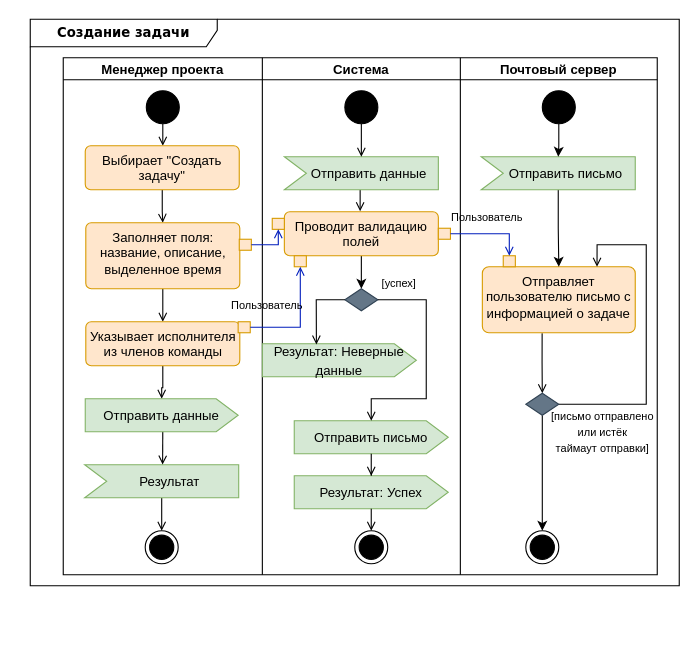
Earlier version of the draw.io diagram docs/raw_diagrams/create_task.drawio (aVorotnikov/thunder_board). Source tidied: cells renumbered, new cells numbered last; positions are measured from the earlier drawing's top-left corner, leaving out a move shared by most shapes. Both pictures are drawn from the tidied source at 110%, with x=0, y=0 at pixel (30, 19).
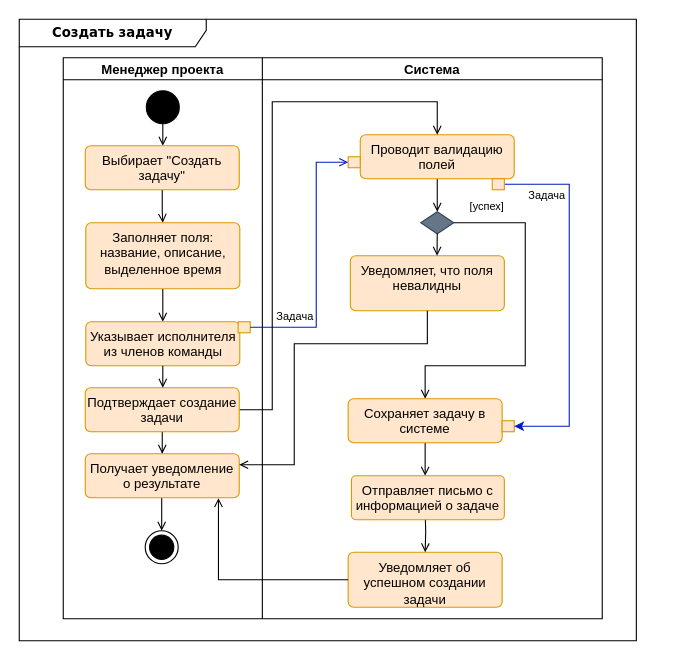
After the change.

Commit message:
Исправлена диаграмма создания задачи

Unchanged cells that the change refers to:
```xml
<mxCell id="13" value="Указывает исполнителя из членов команды" style="html=1;align=center;verticalAlign=top;rounded=1;absoluteArcSize=1;arcSize=10;dashed=0;whiteSpace=wrap;fillColor=#ffe6cc;strokeColor=#d79b00;" parent="5" vertex="1">
  <mxGeometry x="20.5" y="240" width="140" height="40" as="geometry" />
</mxCell>
<mxCell id="15" style="rounded=0;whiteSpace=wrap;html=1;fillColor=#ffe6cc;strokeColor=#d79b00;" parent="5" vertex="1">
  <mxGeometry x="159" y="240" width="11" height="10" as="geometry" />
</mxCell>
<mxCell id="18" style="ellipse;html=1;shape=endState;fillColor=strokeColor;" parent="5" vertex="1">
  <mxGeometry x="74.5" y="430" width="30" height="30" as="geometry" />
</mxCell>
```

Diff of the diagram source:
```diff
@@
-    <mxCell id="2" value="&lt;b&gt;Создание задачи&lt;/b&gt;" style="shape=umlFrame;whiteSpace=wrap;html=1;rounded=1;shadow=0;comic=0;labelBackgroundColor=none;strokeWidth=1;fontFamily=Verdana;fontSize=12;align=center;width=170;height=25;" parent="1" vertex="1">
-      <mxGeometry width="590" height="515" as="geometry" />
-    </mxCell>
     <mxCell id="3" style="shape=table;childLayout=tableLayout;startSize=0;fillColor=none;" parent="1" vertex="1">
-      <mxGeometry x="30" y="35" width="540" height="470" as="geometry" />
+      <mxGeometry x="30" y="35" width="490" height="510" as="geometry" />
     </mxCell>
     <mxCell id="4" style="shape=tableRow;horizontal=0;swimlaneHead=0;swimlaneBody=0;top=0;left=0;strokeColor=inherit;bottom=0;right=0;fontStyle=0;fillColor=none;startSize=0;" parent="3" vertex="1">
-      <mxGeometry width="540" height="470" as="geometry" />
+      <mxGeometry width="490" height="510" as="geometry" />
     </mxCell>
     <mxCell id="5" value="Менеджер проекта" style="swimlane;swimlaneHead=0;swimlaneBody=0;fontStyle=1;strokeColor=inherit;fillColor=none;startSize=20;" parent="4" vertex="1">
-      <mxGeometry width="181" height="470" as="geometry" />
+      <mxGeometry width="181" height="510" as="geometry" />
     </mxCell>
@@
-    <mxCell id="12" style="edgeStyle=orthogonalEdgeStyle;rounded=0;jettySize=auto;html=1;endArrow=open;endFill=0;" parent="5" edge="1" source="13" target="20">
-      <mxGeometry relative="1" as="geometry" />
-    </mxCell>
@@
-    <mxCell id="14" style="rounded=0;whiteSpace=wrap;html=1;fillColor=#ffe6cc;strokeColor=#d79b00;" parent="5" vertex="1">
-      <mxGeometry x="160" y="165" width="11" height="10" as="geometry" />
-    </mxCell>
@@
-    <mxCell id="16" style="edgeStyle=orthogonalEdgeStyle;rounded=0;jettySize=auto;html=1;endArrow=open;endFill=0;exitX=0;exitY=0;exitDx=70;exitDy=30;exitPerimeter=0;" parent="5" edge="1" source="17" target="18">
+    <mxCell id="16" style="edgeStyle=orthogonalEdgeStyle;rounded=0;jettySize=auto;html=1;endArrow=open;endFill=0;exitX=0;exitY=0;exitDx=70;exitDy=30;exitPerimeter=0;" parent="5" edge="1" target="18">
       <mxGeometry relative="1" as="geometry">
+        <mxPoint x="89.5" y="400" as="sourcePoint" />
         <Array as="points">
           <mxPoint x="90" y="452" />
           <mxPoint x="90" y="452" />
         </Array>
       </mxGeometry>
     </mxCell>
-    <mxCell id="17" value="&lt;font style=&quot;font-size: 12px;&quot;&gt;Результат&lt;/font&gt;" style="html=1;shape=mxgraph.infographic.ribbonSimple;notch1=20;notch2=0;align=center;verticalAlign=middle;fontSize=14;fontStyle=0;fillColor=#d5e8d4;flipH=0;spacingRight=0;spacingLeft=14;whiteSpace=wrap;strokeColor=#82b366;" parent="5" vertex="1">
-      <mxGeometry x="19.5" y="370" width="140" height="30" as="geometry" />
-    </mxCell>
@@
-    <mxCell id="19" style="edgeStyle=orthogonalEdgeStyle;rounded=0;jettySize=auto;html=1;exitX=0.507;exitY=0.996;exitDx=0;exitDy=0;exitPerimeter=0;entryX=0.506;entryY=-0.006;entryDx=0;entryDy=0;entryPerimeter=0;endArrow=open;endFill=0;" parent="5" edge="1" source="20" target="17">
-      <mxGeometry relative="1" as="geometry" />
-    </mxCell>
-    <mxCell id="20" value="&lt;font style=&quot;font-size: 12px;&quot;&gt;Отправить данные&lt;/font&gt;" style="html=1;shape=mxgraph.infographic.ribbonSimple;notch1=0;notch2=20;align=center;verticalAlign=middle;fontSize=14;fontStyle=0;fillColor=#d5e8d4;whiteSpace=wrap;strokeColor=#82b366;" parent="5" vertex="1">
-      <mxGeometry x="20" y="310" width="139" height="30" as="geometry" />
-    </mxCell>
     <mxCell id="21" value="Система" style="swimlane;swimlaneHead=0;swimlaneBody=0;fontStyle=1;strokeColor=inherit;fillColor=none;startSize=20;" parent="4" vertex="1">
-      <mxGeometry x="181" width="180" height="470" as="geometry" />
+      <mxGeometry x="181" width="309" height="510" as="geometry" />
     </mxCell>
+    <mxCell id="2" value="&lt;b&gt;Создать задачу&lt;/b&gt;" style="shape=umlFrame;whiteSpace=wrap;html=1;rounded=1;shadow=0;comic=0;labelBackgroundColor=none;strokeWidth=1;fontFamily=Verdana;fontSize=12;align=center;width=170;height=25;" parent="21" vertex="1">
+      <mxGeometry x="-221" y="-35" width="561" height="565" as="geometry" />
+    </mxCell>
-    <mxCell id="22" style="edgeStyle=orthogonalEdgeStyle;rounded=0;jettySize=auto;html=1;" parent="21" edge="1" source="23" target="25">
+    <mxCell id="22" style="edgeStyle=orthogonalEdgeStyle;rounded=0;jettySize=auto;html=1;exitX=0.5;exitY=1;exitDx=0;exitDy=0;endArrow=open;endFill=0;" parent="21" edge="1" source="23" target="25">
       <mxGeometry relative="1" as="geometry" />
     </mxCell>
     <mxCell id="23" value="Проводит валидацию полей" style="html=1;align=center;verticalAlign=top;rounded=1;absoluteArcSize=1;arcSize=10;dashed=0;whiteSpace=wrap;fillColor=#ffe6cc;strokeColor=#d79b00;" parent="21" vertex="1">
-      <mxGeometry x="20" y="140" width="140" height="40" as="geometry" />
+      <mxGeometry x="89" y="70" width="140" height="40" as="geometry" />
     </mxCell>
-    <mxCell id="24" style="rounded=0;whiteSpace=wrap;html=1;fillColor=#ffe6cc;strokeColor=#d79b00;" parent="21" vertex="1">
-      <mxGeometry x="9" y="146" width="11" height="10" as="geometry" />
-    </mxCell>
     <mxCell id="25" style="rhombus;whiteSpace=wrap;html=1;verticalAlign=top;rounded=0;arcSize=10;dashed=0;fillColor=#647687;fontColor=#ffffff;strokeColor=#314354;" parent="21" vertex="1">
-      <mxGeometry x="75" y="210" width="30" height="20" as="geometry" />
+      <mxGeometry x="144" y="140" width="30" height="20" as="geometry" />
     </mxCell>
-    <mxCell id="26" style="rounded=0;whiteSpace=wrap;html=1;fillColor=#ffe6cc;strokeColor=#d79b00;" parent="21" vertex="1">
-      <mxGeometry x="160" y="155" width="11" height="10" as="geometry" />
-    </mxCell>
     <mxCell id="27" value="&lt;font style=&quot;font-size: 10px;&quot;&gt;[успех]&lt;/font&gt;" style="text;html=1;align=center;verticalAlign=middle;strokeColor=none;fillColor=none;" parent="21" vertex="1">
-      <mxGeometry x="99" y="190" width="50" height="30" as="geometry" />
+      <mxGeometry x="179" y="120" width="50" height="30" as="geometry" />
     </mxCell>
-    <mxCell id="28" value="&lt;font style=&quot;font-size: 12px;&quot;&gt;Результат: Неверные данные&lt;/font&gt;" style="html=1;shape=mxgraph.infographic.ribbonSimple;notch1=0;notch2=20;align=center;verticalAlign=middle;fontSize=14;fontStyle=0;fillColor=#d5e8d4;whiteSpace=wrap;strokeColor=#82b366;" parent="21" vertex="1">
-      <mxGeometry y="260" width="140" height="30" as="geometry" />
-    </mxCell>
-    <mxCell id="29" value="&lt;font style=&quot;font-size: 12px;&quot;&gt;Отправить письмо&lt;/font&gt;" style="html=1;shape=mxgraph.infographic.ribbonSimple;notch1=0;notch2=20;align=center;verticalAlign=middle;fontSize=14;fontStyle=0;fillColor=#d5e8d4;whiteSpace=wrap;strokeColor=#82b366;" parent="21" vertex="1">
-      <mxGeometry x="29" y="330" width="140" height="30" as="geometry" />
-    </mxCell>
-    <mxCell id="30" style="endArrow=open;html=1;rounded=0;entryX=0.351;entryY=0.024;entryDx=0;entryDy=0;entryPerimeter=0;endFill=0;exitX=0;exitY=0.5;exitDx=0;exitDy=0;" parent="21" edge="1" source="25" target="28">
-      <mxGeometry relative="1" as="geometry">
-        <Array as="points">
-          <mxPoint x="49" y="220" />
-        </Array>
-      </mxGeometry>
-    </mxCell>
-    <mxCell id="31" style="ellipse;fillColor=strokeColor;html=1;" parent="21" vertex="1">
-      <mxGeometry x="75" y="30" width="30" height="30" as="geometry" />
-    </mxCell>
     <mxCell id="32" style="rounded=0;whiteSpace=wrap;html=1;fillColor=#ffe6cc;strokeColor=#d79b00;" parent="21" vertex="1">
-      <mxGeometry x="29" y="180" width="11" height="10" as="geometry" />
+      <mxGeometry x="78" y="90" width="11" height="10" as="geometry" />
     </mxCell>
-    <mxCell id="33" style="edgeStyle=orthogonalEdgeStyle;rounded=0;jettySize=auto;html=1;endArrow=open;endFill=0;exitX=1;exitY=0.5;exitDx=0;exitDy=0;" parent="21" edge="1" source="25">
+    <mxCell id="33" style="edgeStyle=orthogonalEdgeStyle;rounded=0;jettySize=auto;html=1;endArrow=open;endFill=0;exitX=1;exitY=0.5;exitDx=0;exitDy=0;entryX=0.5;entryY=0;entryDx=0;entryDy=0;" parent="21" edge="1" source="25" target="60">
       <mxGeometry relative="1" as="geometry">
-        <mxPoint x="99" y="330" as="targetPoint" />
         <Array as="points">
-          <mxPoint x="149" y="220" />
-          <mxPoint x="149" y="310" />
-          <mxPoint x="99" y="310" />
-          <mxPoint x="99" y="330" />
+          <mxPoint x="239" y="150" />
+          <mxPoint x="239" y="280" />
+          <mxPoint x="148" y="280" />
         </Array>
       </mxGeometry>
     </mxCell>
-    <mxCell id="34" style="ellipse;html=1;shape=endState;fillColor=strokeColor;" parent="21" vertex="1">
-      <mxGeometry x="84" y="430" width="30" height="30" as="geometry" />
-    </mxCell>
-    <mxCell id="35" value="Почтовый сервер" style="swimlane;swimlaneHead=0;swimlaneBody=0;fontStyle=1;strokeColor=inherit;fillColor=none;startSize=20;" parent="4" vertex="1">
-      <mxGeometry x="361" width="179" height="470" as="geometry" />
-    </mxCell>
-    <mxCell id="36" style="edgeStyle=orthogonalEdgeStyle;rounded=0;jettySize=auto;html=1;endArrow=open;endFill=0;exitX=0.391;exitY=1.006;exitDx=0;exitDy=0;exitPerimeter=0;" parent="35" edge="1" source="37" target="42">
-      <mxGeometry relative="1" as="geometry" />
-    </mxCell>
+    <mxCell id="59" style="edgeStyle=orthogonalEdgeStyle;rounded=0;jettySize=auto;html=1;endArrow=open;endFill=0;" parent="21" edge="1" source="60">
+      <mxGeometry relative="1" as="geometry">
+        <mxPoint x="148" y="380" as="targetPoint" />
+      </mxGeometry>
+    </mxCell>
+    <mxCell id="60" value="Сохраняет задачу в системе" style="html=1;align=center;verticalAlign=top;rounded=1;absoluteArcSize=1;arcSize=10;dashed=0;whiteSpace=wrap;fillColor=#ffe6cc;strokeColor=#d79b00;" parent="21" vertex="1">
+      <mxGeometry x="78" y="310" width="140" height="40" as="geometry" />
+    </mxCell>
+    <mxCell id="61" style="rounded=0;whiteSpace=wrap;html=1;fillColor=#ffe6cc;strokeColor=#d79b00;" parent="21" vertex="1">
+      <mxGeometry x="218" y="330" width="11" height="10" as="geometry" />
+    </mxCell>
+    <mxCell id="62" value="Задача" style="text;html=1;strokeColor=none;fillColor=none;align=center;verticalAlign=middle;whiteSpace=wrap;rounded=0;fontSize=10;" parent="21" vertex="1">
+      <mxGeometry x="229" y="110" width="60" height="30" as="geometry" />
+    </mxCell>
+    <mxCell id="63" value="Уведомляет, что поля невалидны" style="html=1;align=center;verticalAlign=top;rounded=1;absoluteArcSize=1;arcSize=10;dashed=0;whiteSpace=wrap;fillColor=#ffe6cc;strokeColor=#d79b00;" parent="21" vertex="1">
+      <mxGeometry x="80" y="180" width="140" height="50" as="geometry" />
+    </mxCell>
+    <mxCell id="64" style="edgeStyle=orthogonalEdgeStyle;rounded=0;jettySize=auto;html=1;exitX=0.5;exitY=1;exitDx=0;exitDy=0;entryX=0.563;entryY=0;entryDx=0;entryDy=0;entryPerimeter=0;endArrow=open;endFill=0;" parent="21" edge="1" source="25" target="63">
+      <mxGeometry relative="1" as="geometry" />
+    </mxCell>
+    <mxCell id="65" value="Уведомляет об успешном создании задачи" style="html=1;align=center;verticalAlign=top;rounded=1;absoluteArcSize=1;arcSize=10;dashed=0;whiteSpace=wrap;fillColor=#ffe6cc;strokeColor=#d79b00;" parent="21" vertex="1">
+      <mxGeometry x="78" y="449.5" width="140" height="50" as="geometry" />
+    </mxCell>
+    <mxCell id="66" style="edgeStyle=orthogonalEdgeStyle;rounded=0;jettySize=auto;html=1;endArrow=open;endFill=0;" parent="21" edge="1" target="65">
+      <mxGeometry relative="1" as="geometry">
+        <mxPoint x="148" y="410" as="sourcePoint" />
+      </mxGeometry>
+    </mxCell>
+    <mxCell id="67" value="Задача" style="text;html=1;strokeColor=none;fillColor=none;align=center;verticalAlign=middle;whiteSpace=wrap;rounded=0;fontSize=10;" parent="21" vertex="1">
+      <mxGeometry y="220" width="60" height="30" as="geometry" />
+    </mxCell>
-    <mxCell id="37" value="Отправляет пользователю письмо с информацией о задаче" style="whiteSpace=wrap;html=1;verticalAlign=top;rounded=1;arcSize=10;dashed=0;fillColor=#ffe6cc;strokeColor=#d79b00;" parent="35" vertex="1">
-      <mxGeometry x="20" y="190" width="139" height="60" as="geometry" />
+    <mxCell id="37" value="Отправляет письмо с информацией о задаче" style="whiteSpace=wrap;html=1;verticalAlign=top;rounded=1;arcSize=10;dashed=0;fillColor=#ffe6cc;strokeColor=#d79b00;" parent="21" vertex="1">
+      <mxGeometry x="81" y="380" width="139" height="40" as="geometry" />
     </mxCell>
-    <mxCell id="38" style="rounded=0;whiteSpace=wrap;html=1;fillColor=#ffe6cc;strokeColor=#d79b00;" parent="35" vertex="1">
-      <mxGeometry x="39" y="180" width="11" height="10" as="geometry" />
-    </mxCell>
-    <mxCell id="39" value="&lt;font style=&quot;font-size: 10px;&quot;&gt;Пользователь&lt;/font&gt;" style="text;html=1;align=center;verticalAlign=middle;strokeColor=none;fillColor=none;" parent="35" vertex="1">
-      <mxGeometry x="-21" y="130" width="90" height="30" as="geometry" />
-    </mxCell>
-    <mxCell id="40" style="edgeStyle=orthogonalEdgeStyle;rounded=0;jettySize=auto;html=1;" parent="35" edge="1" source="42" target="46">
-      <mxGeometry relative="1" as="geometry" />
-    </mxCell>
-    <mxCell id="41" style="edgeStyle=orthogonalEdgeStyle;rounded=0;jettySize=auto;html=1;entryX=0.75;entryY=0;entryDx=0;entryDy=0;endArrow=open;endFill=0;" parent="35" edge="1" source="42" target="37">
-      <mxGeometry relative="1" as="geometry">
-        <Array as="points">
-          <mxPoint x="169" y="315" />
-          <mxPoint x="169" y="170" />
-          <mxPoint x="124" y="170" />
-        </Array>
-      </mxGeometry>
-    </mxCell>
-    <mxCell id="42" style="rhombus;whiteSpace=wrap;html=1;verticalAlign=top;rounded=0;arcSize=10;dashed=0;fillColor=#647687;fontColor=#ffffff;strokeColor=#314354;" parent="35" vertex="1">
-      <mxGeometry x="59.5" y="305" width="30" height="20" as="geometry" />
-    </mxCell>
-    <mxCell id="43" value="&lt;span style=&quot;font-size: 10px;&quot;&gt;[письмо отправлено &lt;br&gt;или истёк &lt;br&gt;таймаут отправки]&lt;/span&gt;" style="text;html=1;align=center;verticalAlign=middle;strokeColor=none;fillColor=none;" parent="35" vertex="1">
-      <mxGeometry x="69" y="310" width="120" height="60" as="geometry" />
-    </mxCell>
-    <mxCell id="44" style="edgeStyle=orthogonalEdgeStyle;rounded=0;jettySize=auto;html=1;" parent="35" edge="1" source="45" target="37">
-      <mxGeometry relative="1" as="geometry" />
-    </mxCell>
-    <mxCell id="45" value="&lt;font style=&quot;font-size: 12px;&quot;&gt;Отправить письмо&lt;/font&gt;" style="html=1;shape=mxgraph.infographic.ribbonSimple;notch1=20;notch2=0;align=center;verticalAlign=middle;fontSize=14;fontStyle=0;fillColor=#d5e8d4;flipH=0;spacingRight=0;spacingLeft=14;whiteSpace=wrap;strokeColor=#82b366;" parent="35" vertex="1">
-      <mxGeometry x="19" y="90" width="140" height="30" as="geometry" />
-    </mxCell>
-    <mxCell id="46" style="ellipse;html=1;shape=endState;fillColor=strokeColor;" parent="35" vertex="1">
-      <mxGeometry x="59.5" y="430" width="30" height="30" as="geometry" />
-    </mxCell>
-    <mxCell id="47" style="ellipse;fillColor=strokeColor;html=1;" parent="35" vertex="1">
-      <mxGeometry x="74.5" y="30" width="30" height="30" as="geometry" />
-    </mxCell>
-    <mxCell id="48" style="edgeStyle=orthogonalEdgeStyle;rounded=0;jettySize=auto;html=1;" parent="35" edge="1" source="47" target="45">
-      <mxGeometry relative="1" as="geometry" />
-    </mxCell>
-    <mxCell id="49" style="edgeStyle=orthogonalEdgeStyle;rounded=0;jettySize=auto;html=1;exitX=1;exitY=0.5;exitDx=0;exitDy=0;entryX=0.5;entryY=1;entryDx=0;entryDy=0;fillColor=#0050ef;strokeColor=#001DBC;endArrow=open;endFill=0;" parent="4" edge="1" source="14" target="24">
-      <mxGeometry relative="1" as="geometry" />
-    </mxCell>
-    <mxCell id="50" style="edgeStyle=orthogonalEdgeStyle;rounded=0;jettySize=auto;html=1;exitX=1;exitY=0.5;exitDx=0;exitDy=0;entryX=0.5;entryY=0;entryDx=0;entryDy=0;fillColor=#0050ef;strokeColor=#001DBC;endArrow=open;endFill=0;" parent="4" edge="1" source="26" target="38">
-      <mxGeometry relative="1" as="geometry" />
-    </mxCell>
-    <mxCell id="51" style="edgeStyle=orthogonalEdgeStyle;rounded=0;jettySize=auto;html=1;entryX=0.5;entryY=1;entryDx=0;entryDy=0;fillColor=#0050ef;strokeColor=#001DBC;endArrow=open;endFill=0;exitX=1;exitY=0.5;exitDx=0;exitDy=0;" parent="4" edge="1" source="15" target="32">
-      <mxGeometry relative="1" as="geometry" />
+    <mxCell id="51" style="edgeStyle=orthogonalEdgeStyle;rounded=0;jettySize=auto;html=1;entryX=0;entryY=0.5;entryDx=0;entryDy=0;fillColor=#0050ef;strokeColor=#001DBC;endArrow=open;endFill=0;exitX=1;exitY=0.5;exitDx=0;exitDy=0;" parent="4" edge="1" source="15" target="32">
+      <mxGeometry relative="1" as="geometry">
+        <Array as="points">
+          <mxPoint x="230" y="245" />
+          <mxPoint x="230" y="95" />
+        </Array>
+      </mxGeometry>
     </mxCell>
-    <mxCell id="52" value="&lt;font style=&quot;font-size: 10px;&quot;&gt;Пользователь&lt;/font&gt;" style="text;html=1;align=center;verticalAlign=middle;strokeColor=none;fillColor=none;" parent="1" vertex="1">
-      <mxGeometry x="170" y="245" width="90" height="30" as="geometry" />
-    </mxCell>
-    <mxCell id="53" style="edgeStyle=orthogonalEdgeStyle;rounded=0;jettySize=auto;html=1;entryX=0.492;entryY=-0.013;entryDx=0;entryDy=0;entryPerimeter=0;endArrow=open;endFill=0;" parent="1" edge="1" source="54" target="23">
-      <mxGeometry relative="1" as="geometry">
-        <Array as="points">
-          <mxPoint x="300" y="165" />
-        </Array>
-      </mxGeometry>
-    </mxCell>
-    <mxCell id="54" value="&lt;font style=&quot;font-size: 12px;&quot;&gt;Отправить данные&lt;/font&gt;" style="html=1;shape=mxgraph.infographic.ribbonSimple;notch1=20;notch2=0;align=center;verticalAlign=middle;fontSize=14;fontStyle=0;fillColor=#d5e8d4;flipH=0;spacingRight=0;spacingLeft=14;whiteSpace=wrap;strokeColor=#82b366;" parent="1" vertex="1">
-      <mxGeometry x="231" y="125" width="140" height="30" as="geometry" />
-    </mxCell>
-    <mxCell id="55" style="edgeStyle=orthogonalEdgeStyle;rounded=0;jettySize=auto;html=1;entryX=0;entryY=0;entryDx=70;entryDy=0;entryPerimeter=0;endArrow=open;endFill=0;" parent="1" edge="1" source="31" target="54">
-      <mxGeometry relative="1" as="geometry" />
-    </mxCell>
-    <mxCell id="56" value="&lt;font style=&quot;font-size: 12px;&quot;&gt;Результат: Успех&lt;/font&gt;" style="html=1;shape=mxgraph.infographic.ribbonSimple;notch1=0;notch2=20;align=center;verticalAlign=middle;fontSize=14;fontStyle=0;fillColor=#d5e8d4;whiteSpace=wrap;strokeColor=#82b366;" parent="1" vertex="1">
-      <mxGeometry x="240" y="415" width="140" height="30" as="geometry" />
-    </mxCell>
-    <mxCell id="57" style="edgeStyle=orthogonalEdgeStyle;rounded=0;jettySize=auto;html=1;endArrow=open;endFill=0;" parent="1" edge="1" source="29" target="56">
-      <mxGeometry relative="1" as="geometry" />
-    </mxCell>
-    <mxCell id="58" style="endArrow=open;html=1;rounded=0;endFill=0;" parent="1" edge="1" source="56" target="34">
-      <mxGeometry relative="1" as="geometry" />
-    </mxCell>
+    <mxCell id="68" style="edgeStyle=orthogonalEdgeStyle;rounded=0;jettySize=auto;html=1;endArrow=open;endFill=0;entryX=0.5;entryY=0;entryDx=0;entryDy=0;" parent="1" edge="1" source="70" target="23">
+      <mxGeometry relative="1" as="geometry">
+        <Array as="points">
+          <mxPoint x="220" y="355" />
+          <mxPoint x="220" y="75" />
+          <mxPoint x="370" y="75" />
+        </Array>
+      </mxGeometry>
+    </mxCell>
+    <mxCell id="69" style="edgeStyle=orthogonalEdgeStyle;rounded=0;jettySize=auto;html=1;entryX=0.5;entryY=0;entryDx=0;entryDy=0;endArrow=open;endFill=0;" parent="1" edge="1" source="70" target="72">
+      <mxGeometry relative="1" as="geometry" />
+    </mxCell>
+    <mxCell id="70" value="Подтверждает создание задачи" style="html=1;align=center;verticalAlign=top;rounded=1;absoluteArcSize=1;arcSize=10;dashed=0;whiteSpace=wrap;fillColor=#ffe6cc;strokeColor=#d79b00;" parent="1" vertex="1">
+      <mxGeometry x="50" y="335" width="140" height="40" as="geometry" />
+    </mxCell>
+    <mxCell id="71" style="edgeStyle=orthogonalEdgeStyle;rounded=0;jettySize=auto;html=1;endArrow=open;endFill=0;" parent="1" edge="1" source="13" target="70">
+      <mxGeometry relative="1" as="geometry" />
+    </mxCell>
+    <mxCell id="72" value="Получает уведомление о результате" style="html=1;align=center;verticalAlign=top;rounded=1;absoluteArcSize=1;arcSize=10;dashed=0;whiteSpace=wrap;fillColor=#ffe6cc;strokeColor=#d79b00;" parent="1" vertex="1">
+      <mxGeometry x="50" y="395" width="140" height="40" as="geometry" />
+    </mxCell>
+    <mxCell id="73" style="edgeStyle=orthogonalEdgeStyle;rounded=0;jettySize=auto;html=1;exitX=0.5;exitY=1;exitDx=0;exitDy=0;entryX=1;entryY=0.25;entryDx=0;entryDy=0;endArrow=open;endFill=0;" parent="1" edge="1" source="63" target="72">
+      <mxGeometry relative="1" as="geometry">
+        <Array as="points">
+          <mxPoint x="361" y="295" />
+          <mxPoint x="240" y="295" />
+          <mxPoint x="240" y="405" />
+        </Array>
+      </mxGeometry>
+    </mxCell>
+    <mxCell id="74" style="edgeStyle=orthogonalEdgeStyle;rounded=0;jettySize=auto;html=1;endArrow=open;endFill=0;entryX=0.865;entryY=1.009;entryDx=0;entryDy=0;entryPerimeter=0;" parent="1" edge="1" source="65" target="72">
+      <mxGeometry relative="1" as="geometry" />
+    </mxCell>
+    <mxCell id="75" style="edgeStyle=orthogonalEdgeStyle;rounded=0;jettySize=auto;html=1;exitX=1;exitY=0.5;exitDx=0;exitDy=0;entryX=1;entryY=0.5;entryDx=0;entryDy=0;fillColor=#0050ef;strokeColor=#001DBC;endArrow=classic;endFill=1;" parent="1" edge="1" source="76" target="61">
+      <mxGeometry relative="1" as="geometry">
+        <Array as="points">
+          <mxPoint x="490" y="150" />
+          <mxPoint x="490" y="370" />
+        </Array>
+      </mxGeometry>
+    </mxCell>
+    <mxCell id="76" style="rounded=0;whiteSpace=wrap;html=1;fillColor=#ffe6cc;strokeColor=#d79b00;" parent="1" vertex="1">
+      <mxGeometry x="420" y="145" width="11" height="10" as="geometry" />
+    </mxCell>
```
